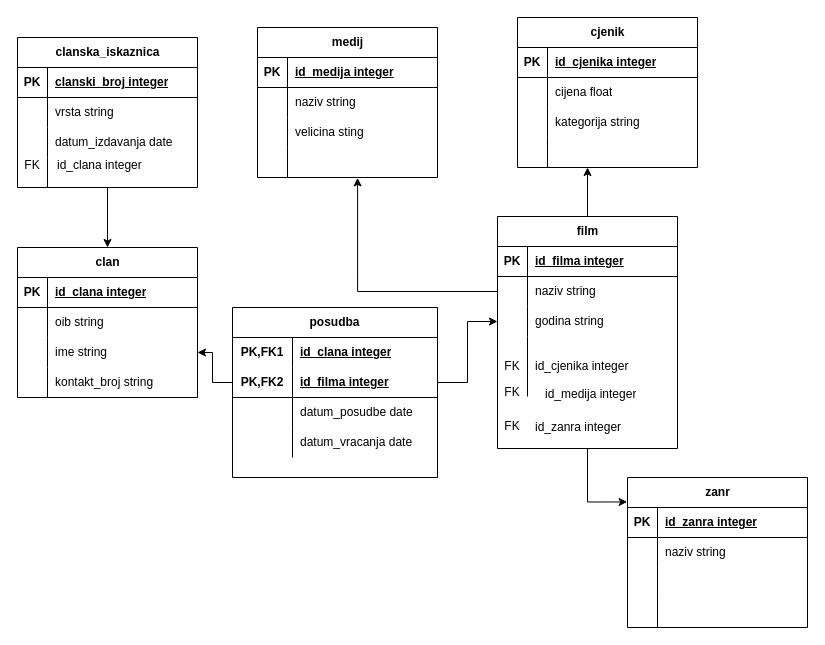
Earlier version of the draw.io diagram Untitled Diagram.drawio (efibinger/BackendDeveloper). Source tidied: cells renumbered, new cells numbered last; positions are measured from the earlier drawing's top-left corner, leaving out a move shared by most shapes. Both pictures are drawn from the tidied source at 100%, with x=0, y=0 at pixel (17, 17).
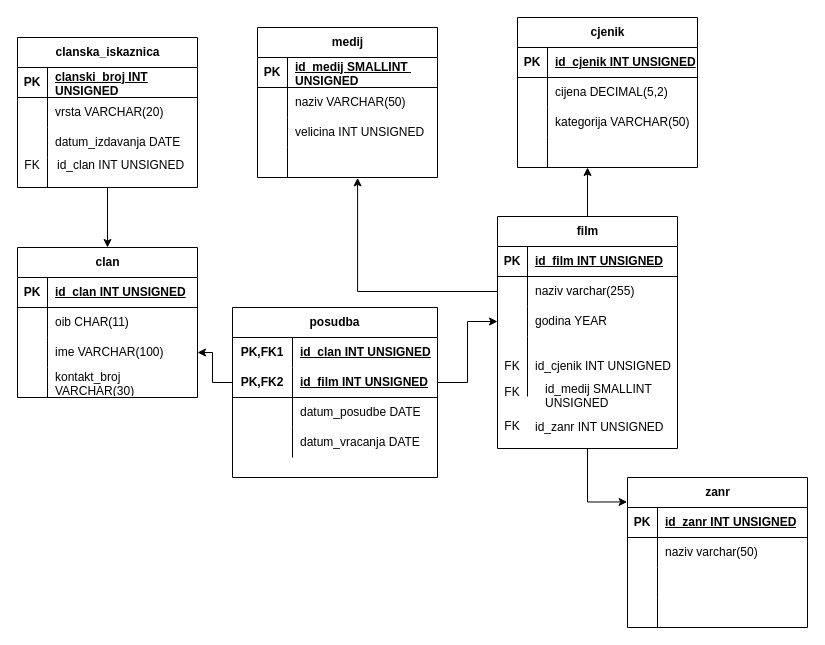
The same page after the edit.

Unchanged cells that the change refers to:
```xml
<mxCell id="3" style="shape=tableRow;horizontal=0;startSize=0;swimlaneHead=0;swimlaneBody=0;fillColor=none;top=0;left=0;right=0;bottom=1;" parent="2" vertex="1">
  <mxGeometry y="30" width="180" height="30" as="geometry" />
</mxCell>
<mxCell id="6" style="shape=tableRow;horizontal=0;startSize=0;swimlaneHead=0;swimlaneBody=0;fillColor=none;top=0;left=0;right=0;bottom=0;" parent="2" vertex="1">
  <mxGeometry y="60" width="180" height="30" as="geometry" />
</mxCell>
<mxCell id="9" style="shape=tableRow;horizontal=0;startSize=0;swimlaneHead=0;swimlaneBody=0;fillColor=none;points=[[0,0.5],[1,0.5]];portConstraint=eastwest;top=0;left=0;right=0;bottom=0;" parent="2" vertex="1">
  <mxGeometry y="90" width="180" height="30" as="geometry" />
</mxCell>
<mxCell id="12" style="shape=tableRow;horizontal=0;startSize=0;swimlaneHead=0;swimlaneBody=0;fillColor=none;top=0;left=0;right=0;bottom=0;" parent="2" vertex="1">
  <mxGeometry y="120" width="180" height="30" as="geometry" />
</mxCell>
<mxCell id="17" style="shape=tableRow;horizontal=0;startSize=0;swimlaneHead=0;swimlaneBody=0;fillColor=none;top=0;left=0;right=0;bottom=1;" parent="16" vertex="1">
  <mxGeometry y="30" width="180" height="30" as="geometry" />
</mxCell>
<mxCell id="20" style="shape=tableRow;horizontal=0;startSize=0;swimlaneHead=0;swimlaneBody=0;fillColor=none;top=0;left=0;right=0;bottom=0;" parent="16" vertex="1">
  <mxGeometry y="60" width="180" height="30" as="geometry" />
</mxCell>
<mxCell id="23" style="shape=tableRow;horizontal=0;startSize=0;swimlaneHead=0;swimlaneBody=0;fillColor=none;top=0;left=0;right=0;bottom=0;" parent="16" vertex="1">
  <mxGeometry y="90" width="180" height="30" as="geometry" />
</mxCell>
<mxCell id="30" style="shape=tableRow;horizontal=0;startSize=0;swimlaneHead=0;swimlaneBody=0;fillColor=none;top=0;left=0;right=0;bottom=1;" parent="29" vertex="1">
  <mxGeometry y="30" width="180" height="30" as="geometry" />
</mxCell>
<mxCell id="33" style="shape=tableRow;horizontal=0;startSize=0;swimlaneHead=0;swimlaneBody=0;fillColor=none;points=[[0,0.5],[1,0.5]];portConstraint=eastwest;top=0;left=0;right=0;bottom=0;" parent="29" vertex="1">
  <mxGeometry y="60" width="180" height="30" as="geometry" />
</mxCell>
<mxCell id="36" style="shape=tableRow;horizontal=0;startSize=0;swimlaneHead=0;swimlaneBody=0;fillColor=none;points=[[0,0.5],[1,0.5]];portConstraint=eastwest;top=0;left=0;right=0;bottom=0;" parent="29" vertex="1">
  <mxGeometry y="90" width="180" height="30" as="geometry" />
</mxCell>
<mxCell id="39" style="shape=tableRow;horizontal=0;startSize=0;swimlaneHead=0;swimlaneBody=0;fillColor=none;top=0;left=0;right=0;bottom=0;" parent="29" vertex="1">
  <mxGeometry y="120" width="180" height="60" as="geometry" />
</mxCell>
<mxCell id="43" style="shape=tableRow;horizontal=0;startSize=0;swimlaneHead=0;swimlaneBody=0;fillColor=none;top=0;left=0;right=0;bottom=1;" parent="42" vertex="1">
  <mxGeometry y="30" width="180" height="30" as="geometry" />
</mxCell>
<mxCell id="46" style="shape=tableRow;horizontal=0;startSize=0;swimlaneHead=0;swimlaneBody=0;fillColor=none;top=0;left=0;right=0;bottom=0;" parent="42" vertex="1">
  <mxGeometry y="60" width="180" height="30" as="geometry" />
</mxCell>
<mxCell id="49" style="shape=tableRow;horizontal=0;startSize=0;swimlaneHead=0;swimlaneBody=0;fillColor=none;top=0;left=0;right=0;bottom=0;" parent="42" vertex="1">
  <mxGeometry y="90" width="180" height="30" as="geometry" />
</mxCell>
<mxCell id="56" style="shape=tableRow;horizontal=0;startSize=0;swimlaneHead=0;swimlaneBody=0;fillColor=none;top=0;left=0;right=0;bottom=1;" parent="55" vertex="1">
  <mxGeometry y="30" width="180" height="30" as="geometry" />
</mxCell>
<mxCell id="59" style="shape=tableRow;horizontal=0;startSize=0;swimlaneHead=0;swimlaneBody=0;fillColor=none;top=0;left=0;right=0;bottom=0;" parent="55" vertex="1">
  <mxGeometry y="60" width="180" height="30" as="geometry" />
</mxCell>
<mxCell id="62" style="shape=tableRow;horizontal=0;startSize=0;swimlaneHead=0;swimlaneBody=0;fillColor=none;top=0;left=0;right=0;bottom=0;" parent="55" vertex="1">
  <mxGeometry y="90" width="180" height="30" as="geometry" />
</mxCell>
<mxCell id="69" style="shape=tableRow;horizontal=0;startSize=0;swimlaneHead=0;swimlaneBody=0;fillColor=none;top=0;left=0;right=0;bottom=1;" parent="68" vertex="1">
  <mxGeometry y="30" width="180" height="30" as="geometry" />
</mxCell>
<mxCell id="72" style="shape=tableRow;horizontal=0;startSize=0;swimlaneHead=0;swimlaneBody=0;fillColor=none;top=0;left=0;right=0;bottom=0;" parent="68" vertex="1">
  <mxGeometry y="60" width="180" height="30" as="geometry" />
</mxCell>
<mxCell id="82" style="shape=tableRow;horizontal=0;startSize=0;swimlaneHead=0;swimlaneBody=0;fillColor=none;top=0;left=0;right=0;bottom=0;html=1;" parent="81" vertex="1">
  <mxGeometry y="30" width="205" height="30" as="geometry" />
</mxCell>
<mxCell id="85" style="shape=tableRow;horizontal=0;startSize=0;swimlaneHead=0;swimlaneBody=0;fillColor=none;points=[[0,0.5],[1,0.5]];portConstraint=eastwest;top=0;left=0;right=0;bottom=1;html=1;" parent="81" vertex="1">
  <mxGeometry y="60" width="205" height="30" as="geometry" />
</mxCell>
<mxCell id="88" style="shape=tableRow;horizontal=0;startSize=0;swimlaneHead=0;swimlaneBody=0;fillColor=none;top=0;left=0;right=0;bottom=0;html=1;" parent="81" vertex="1">
  <mxGeometry y="90" width="205" height="30" as="geometry" />
</mxCell>
<mxCell id="91" style="shape=tableRow;horizontal=0;startSize=0;swimlaneHead=0;swimlaneBody=0;fillColor=none;top=0;left=0;right=0;bottom=0;html=1;" parent="81" vertex="1">
  <mxGeometry y="120" width="205" height="30" as="geometry" />
</mxCell>
```

Change to the diagram source:
```diff
@@
-    <mxCell id="5" value="id_clana integer" style="shape=partialRectangle;fillColor=none;top=0;left=0;bottom=0;right=0;align=left;spacingLeft=6;fontStyle=5;overflow=hidden;whiteSpace=wrap;html=1;" parent="3" vertex="1">
+    <mxCell id="5" value="id_clan INT UNSIGNED" style="shape=partialRectangle;fillColor=none;top=0;left=0;bottom=0;right=0;align=left;spacingLeft=6;fontStyle=5;overflow=hidden;whiteSpace=wrap;html=1;" parent="3" vertex="1">
       <mxGeometry x="30" width="150" height="30" as="geometry" />
     </mxCell>
@@
-    <mxCell id="8" value="oib string" style="shape=partialRectangle;fillColor=none;top=0;left=0;bottom=0;right=0;align=left;spacingLeft=6;overflow=hidden;whiteSpace=wrap;html=1;" parent="6" vertex="1">
+    <mxCell id="8" value="oib CHAR(11)" style="shape=partialRectangle;fillColor=none;top=0;left=0;bottom=0;right=0;align=left;spacingLeft=6;overflow=hidden;whiteSpace=wrap;html=1;" parent="6" vertex="1">
       <mxGeometry x="30" width="150" height="30" as="geometry" />
     </mxCell>
@@
-    <mxCell id="11" value="ime string&lt;span style=&quot;white-space: pre;&quot;&gt;&#9;&lt;/span&gt;&lt;span style=&quot;white-space: pre;&quot;&gt;&#9;&lt;/span&gt;" style="shape=partialRectangle;fillColor=none;top=0;left=0;bottom=0;right=0;align=left;spacingLeft=6;overflow=hidden;whiteSpace=wrap;html=1;" parent="9" vertex="1">
+    <mxCell id="11" value="ime VARCHAR(100)" style="shape=partialRectangle;fillColor=none;top=0;left=0;bottom=0;right=0;align=left;spacingLeft=6;overflow=hidden;whiteSpace=wrap;html=1;" parent="9" vertex="1">
       <mxGeometry x="30" width="150" height="30" as="geometry" />
     </mxCell>
@@
-    <mxCell id="14" value="kontakt_broj string" style="shape=partialRectangle;fillColor=none;top=0;left=0;bottom=0;right=0;align=left;spacingLeft=6;overflow=hidden;whiteSpace=wrap;html=1;" parent="12" vertex="1">
+    <mxCell id="14" value="kontakt_broj VARCHAR(30)" style="shape=partialRectangle;fillColor=none;top=0;left=0;bottom=0;right=0;align=left;spacingLeft=6;overflow=hidden;whiteSpace=wrap;html=1;" parent="12" vertex="1">
       <mxGeometry x="30" width="150" height="30" as="geometry" />
     </mxCell>
@@
-    <mxCell id="19" value="clanski_broj integer" style="shape=partialRectangle;fillColor=none;top=0;left=0;bottom=0;right=0;align=left;spacingLeft=6;fontStyle=5;overflow=hidden;whiteSpace=wrap;html=1;" parent="17" vertex="1">
+    <mxCell id="19" value="clanski_broj&amp;nbsp;INT UNSIGNED" style="shape=partialRectangle;fillColor=none;top=0;left=0;bottom=0;right=0;align=left;spacingLeft=6;fontStyle=5;overflow=hidden;whiteSpace=wrap;html=1;" parent="17" vertex="1">
       <mxGeometry x="30" width="150" height="30" as="geometry" />
     </mxCell>
@@
-    <mxCell id="22" value="vrsta string" style="shape=partialRectangle;fillColor=none;top=0;left=0;bottom=0;right=0;align=left;spacingLeft=6;overflow=hidden;whiteSpace=wrap;html=1;" parent="20" vertex="1">
+    <mxCell id="22" value="vrsta VARCHAR(20)" style="shape=partialRectangle;fillColor=none;top=0;left=0;bottom=0;right=0;align=left;spacingLeft=6;overflow=hidden;whiteSpace=wrap;html=1;" parent="20" vertex="1">
       <mxGeometry x="30" width="150" height="30" as="geometry" />
     </mxCell>
@@
-    <mxCell id="25" value="datum_izdavanja date" style="shape=partialRectangle;fillColor=none;top=0;left=0;bottom=0;right=0;align=left;spacingLeft=6;overflow=hidden;whiteSpace=wrap;html=1;" parent="23" vertex="1">
+    <mxCell id="25" value="datum_izdavanja DATE" style="shape=partialRectangle;fillColor=none;top=0;left=0;bottom=0;right=0;align=left;spacingLeft=6;overflow=hidden;whiteSpace=wrap;html=1;" parent="23" vertex="1">
       <mxGeometry x="30" width="150" height="30" as="geometry" />
     </mxCell>
@@
-    <mxCell id="32" value="id_filma integer" style="shape=partialRectangle;fillColor=none;top=0;left=0;bottom=0;right=0;align=left;spacingLeft=6;fontStyle=5;overflow=hidden;whiteSpace=wrap;html=1;" parent="30" vertex="1">
+    <mxCell id="32" value="id_film INT UNSIGNED" style="shape=partialRectangle;fillColor=none;top=0;left=0;bottom=0;right=0;align=left;spacingLeft=6;fontStyle=5;overflow=hidden;whiteSpace=wrap;html=1;" parent="30" vertex="1">
       <mxGeometry x="30" width="150" height="30" as="geometry" />
     </mxCell>
@@
-    <mxCell id="35" value="naziv string" style="shape=partialRectangle;fillColor=none;top=0;left=0;bottom=0;right=0;align=left;spacingLeft=6;overflow=hidden;whiteSpace=wrap;html=1;" parent="33" vertex="1">
+    <mxCell id="35" value="naziv varchar(255)" style="shape=partialRectangle;fillColor=none;top=0;left=0;bottom=0;right=0;align=left;spacingLeft=6;overflow=hidden;whiteSpace=wrap;html=1;" parent="33" vertex="1">
       <mxGeometry x="30" width="150" height="30" as="geometry" />
     </mxCell>
@@
-    <mxCell id="38" value="godina string&lt;span style=&quot;white-space: pre;&quot;&gt;&#9;&lt;/span&gt;&lt;span style=&quot;white-space: pre;&quot;&gt;&#9;&lt;/span&gt;" style="shape=partialRectangle;fillColor=none;top=0;left=0;bottom=0;right=0;align=left;spacingLeft=6;overflow=hidden;whiteSpace=wrap;html=1;" parent="36" vertex="1">
+    <mxCell id="38" value="godina YEAR" style="shape=partialRectangle;fillColor=none;top=0;left=0;bottom=0;right=0;align=left;spacingLeft=6;overflow=hidden;whiteSpace=wrap;html=1;" parent="36" vertex="1">
       <mxGeometry x="30" width="150" height="30" as="geometry" />
     </mxCell>
@@
-    <mxCell id="41" value="id_cjenika integer&amp;nbsp;" style="shape=partialRectangle;fillColor=none;top=0;left=0;bottom=0;right=0;align=left;spacingLeft=6;overflow=hidden;whiteSpace=wrap;html=1;" parent="39" vertex="1">
+    <mxCell id="41" value="id_cjenik INT UNSIGNED" style="shape=partialRectangle;fillColor=none;top=0;left=0;bottom=0;right=0;align=left;spacingLeft=6;overflow=hidden;whiteSpace=wrap;html=1;" parent="39" vertex="1">
       <mxGeometry x="30" width="150" height="60" as="geometry" />
     </mxCell>
@@
-    <mxCell id="45" value="id_cjenika integer" style="shape=partialRectangle;fillColor=none;top=0;left=0;bottom=0;right=0;align=left;spacingLeft=6;fontStyle=5;overflow=hidden;whiteSpace=wrap;html=1;" parent="43" vertex="1">
+    <mxCell id="45" value="id_cjenik INT UNSIGNED" style="shape=partialRectangle;fillColor=none;top=0;left=0;bottom=0;right=0;align=left;spacingLeft=6;fontStyle=5;overflow=hidden;whiteSpace=wrap;html=1;" parent="43" vertex="1">
       <mxGeometry x="30" width="150" height="30" as="geometry" />
     </mxCell>
@@
-    <mxCell id="48" value="cijena float" style="shape=partialRectangle;fillColor=none;top=0;left=0;bottom=0;right=0;align=left;spacingLeft=6;overflow=hidden;whiteSpace=wrap;html=1;" parent="46" vertex="1">
+    <mxCell id="48" value="cijena DECIMAL(5,2)" style="shape=partialRectangle;fillColor=none;top=0;left=0;bottom=0;right=0;align=left;spacingLeft=6;overflow=hidden;whiteSpace=wrap;html=1;" parent="46" vertex="1">
       <mxGeometry x="30" width="150" height="30" as="geometry" />
     </mxCell>
@@
-    <mxCell id="51" value="kategorija string&lt;span style=&quot;white-space: pre;&quot;&gt;&#9;&lt;/span&gt;&lt;span style=&quot;white-space: pre;&quot;&gt;&#9;&lt;/span&gt;" style="shape=partialRectangle;fillColor=none;top=0;left=0;bottom=0;right=0;align=left;spacingLeft=6;overflow=hidden;whiteSpace=wrap;html=1;" parent="49" vertex="1">
+    <mxCell id="51" value="kategorija VARCHAR(50)" style="shape=partialRectangle;fillColor=none;top=0;left=0;bottom=0;right=0;align=left;spacingLeft=6;overflow=hidden;whiteSpace=wrap;html=1;" parent="49" vertex="1">
       <mxGeometry x="30" width="150" height="30" as="geometry" />
     </mxCell>
@@
-    <mxCell id="58" value="id_medija integer" style="shape=partialRectangle;fillColor=none;top=0;left=0;bottom=0;right=0;align=left;spacingLeft=6;fontStyle=5;overflow=hidden;whiteSpace=wrap;html=1;" parent="56" vertex="1">
+    <mxCell id="58" value="id_medij SMALLINT&amp;nbsp; UNSIGNED" style="shape=partialRectangle;fillColor=none;top=0;left=0;bottom=0;right=0;align=left;spacingLeft=6;fontStyle=5;overflow=hidden;whiteSpace=wrap;html=1;" parent="56" vertex="1">
       <mxGeometry x="30" width="150" height="30" as="geometry" />
     </mxCell>
@@
-    <mxCell id="61" value="naziv string" style="shape=partialRectangle;fillColor=none;top=0;left=0;bottom=0;right=0;align=left;spacingLeft=6;overflow=hidden;whiteSpace=wrap;html=1;" parent="59" vertex="1">
+    <mxCell id="61" value="naziv VARCHAR(50)" style="shape=partialRectangle;fillColor=none;top=0;left=0;bottom=0;right=0;align=left;spacingLeft=6;overflow=hidden;whiteSpace=wrap;html=1;" parent="59" vertex="1">
       <mxGeometry x="30" width="150" height="30" as="geometry" />
     </mxCell>
@@
-    <mxCell id="64" value="velicina sting&lt;span style=&quot;white-space: pre;&quot;&gt;&#9;&lt;/span&gt;&lt;span style=&quot;white-space: pre;&quot;&gt;&#9;&lt;/span&gt;" style="shape=partialRectangle;fillColor=none;top=0;left=0;bottom=0;right=0;align=left;spacingLeft=6;overflow=hidden;whiteSpace=wrap;html=1;" parent="62" vertex="1">
+    <mxCell id="64" value="velicina INT UNSIGNED" style="shape=partialRectangle;fillColor=none;top=0;left=0;bottom=0;right=0;align=left;spacingLeft=6;overflow=hidden;whiteSpace=wrap;html=1;" parent="62" vertex="1">
       <mxGeometry x="30" width="150" height="30" as="geometry" />
     </mxCell>
@@
-    <mxCell id="71" value="id_zanra integer" style="shape=partialRectangle;fillColor=none;top=0;left=0;bottom=0;right=0;align=left;spacingLeft=6;fontStyle=5;overflow=hidden;whiteSpace=wrap;html=1;" parent="69" vertex="1">
+    <mxCell id="71" value="id_zanr INT UNSIGNED" style="shape=partialRectangle;fillColor=none;top=0;left=0;bottom=0;right=0;align=left;spacingLeft=6;fontStyle=5;overflow=hidden;whiteSpace=wrap;html=1;" parent="69" vertex="1">
       <mxGeometry x="30" width="150" height="30" as="geometry" />
     </mxCell>
@@
-    <mxCell id="74" value="naziv string" style="shape=partialRectangle;fillColor=none;top=0;left=0;bottom=0;right=0;align=left;spacingLeft=6;overflow=hidden;whiteSpace=wrap;html=1;" parent="72" vertex="1">
+    <mxCell id="74" value="naziv varchar(50)" style="shape=partialRectangle;fillColor=none;top=0;left=0;bottom=0;right=0;align=left;spacingLeft=6;overflow=hidden;whiteSpace=wrap;html=1;" parent="72" vertex="1">
       <mxGeometry x="30" width="150" height="30" as="geometry" />
     </mxCell>
@@
-    <mxCell id="84" value="id_clana integer" style="shape=partialRectangle;fillColor=none;top=0;left=0;bottom=0;right=0;align=left;spacingLeft=6;fontStyle=5;overflow=hidden;html=1;whiteSpace=wrap;" parent="82" vertex="1">
+    <mxCell id="84" value="id_clan INT UNSIGNED" style="shape=partialRectangle;fillColor=none;top=0;left=0;bottom=0;right=0;align=left;spacingLeft=6;fontStyle=5;overflow=hidden;html=1;whiteSpace=wrap;" parent="82" vertex="1">
       <mxGeometry x="60" width="145" height="30" as="geometry" />
     </mxCell>
@@
-    <mxCell id="87" value="id_filma integer" style="shape=partialRectangle;fillColor=none;top=0;left=0;bottom=0;right=0;align=left;spacingLeft=6;fontStyle=5;overflow=hidden;html=1;whiteSpace=wrap;" parent="85" vertex="1">
+    <mxCell id="87" value="id_film INT UNSIGNED" style="shape=partialRectangle;fillColor=none;top=0;left=0;bottom=0;right=0;align=left;spacingLeft=6;fontStyle=5;overflow=hidden;html=1;whiteSpace=wrap;" parent="85" vertex="1">
       <mxGeometry x="60" width="145" height="30" as="geometry" />
     </mxCell>
@@
-    <mxCell id="90" value="datum_posudbe date" style="shape=partialRectangle;fillColor=none;top=0;left=0;bottom=0;right=0;align=left;spacingLeft=6;overflow=hidden;html=1;whiteSpace=wrap;" parent="88" vertex="1">
+    <mxCell id="90" value="datum_posudbe DATE" style="shape=partialRectangle;fillColor=none;top=0;left=0;bottom=0;right=0;align=left;spacingLeft=6;overflow=hidden;html=1;whiteSpace=wrap;" parent="88" vertex="1">
       <mxGeometry x="60" width="145" height="30" as="geometry" />
     </mxCell>
@@
-    <mxCell id="93" value="datum_vracanja date" style="shape=partialRectangle;fillColor=none;top=0;left=0;bottom=0;right=0;align=left;spacingLeft=6;overflow=hidden;html=1;whiteSpace=wrap;" parent="91" vertex="1">
+    <mxCell id="93" value="datum_vracanja DATE" style="shape=partialRectangle;fillColor=none;top=0;left=0;bottom=0;right=0;align=left;spacingLeft=6;overflow=hidden;html=1;whiteSpace=wrap;" parent="91" vertex="1">
       <mxGeometry x="60" width="145" height="30" as="geometry" />
     </mxCell>
-    <mxCell id="94" value="id_medija integer" style="shape=partialRectangle;fillColor=none;top=0;left=0;bottom=0;right=0;align=left;spacingLeft=6;overflow=hidden;whiteSpace=wrap;html=1;" parent="1" vertex="1">
+    <mxCell id="94" value="id_medij SMALLINT&amp;nbsp; UNSIGNED" style="shape=partialRectangle;fillColor=none;top=0;left=0;bottom=0;right=0;align=left;spacingLeft=6;overflow=hidden;whiteSpace=wrap;html=1;" parent="1" vertex="1">
       <mxGeometry x="520" y="361.5" width="150" height="30" as="geometry" />
     </mxCell>
-    <mxCell id="95" value="id_zanra integer" style="shape=partialRectangle;fillColor=none;top=0;left=0;bottom=0;right=0;align=left;spacingLeft=6;overflow=hidden;whiteSpace=wrap;html=1;" parent="1" vertex="1">
+    <mxCell id="95" value="id_zanr INT UNSIGNED" style="shape=partialRectangle;fillColor=none;top=0;left=0;bottom=0;right=0;align=left;spacingLeft=6;overflow=hidden;whiteSpace=wrap;html=1;" parent="1" vertex="1">
       <mxGeometry x="510" y="394.5" width="150" height="30" as="geometry" />
     </mxCell>
@@
-    <mxCell id="98" value="id_clana integer" style="shape=partialRectangle;fillColor=none;top=0;left=0;bottom=0;right=0;align=left;spacingLeft=6;overflow=hidden;whiteSpace=wrap;html=1;" parent="1" vertex="1">
+    <mxCell id="98" value="id_clan INT UNSIGNED" style="shape=partialRectangle;fillColor=none;top=0;left=0;bottom=0;right=0;align=left;spacingLeft=6;overflow=hidden;whiteSpace=wrap;html=1;" parent="1" vertex="1">
       <mxGeometry x="32" y="133" width="150" height="30" as="geometry" />
     </mxCell>
```
